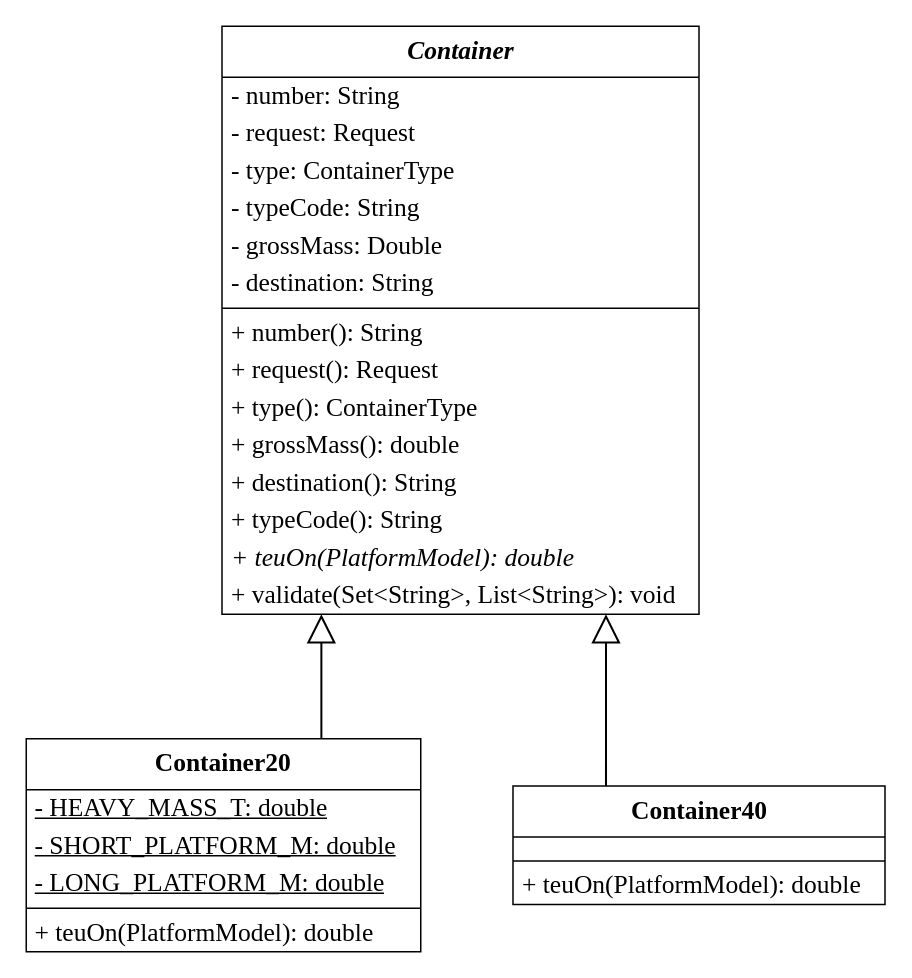
This is page "Иерархия контейнеров" (2 of 3) of models/classes.drawio from Wo0zZ1/container-load-planning, a draw.io file, before an edit. Source tidied: cells renumbered, new cells numbered last; positions are measured from the earlier drawing's top-left corner, leaving out a move shared by most shapes. Both pictures are drawn from the tidied source at 150%, with x=0, y=0 at pixel (26, 26).
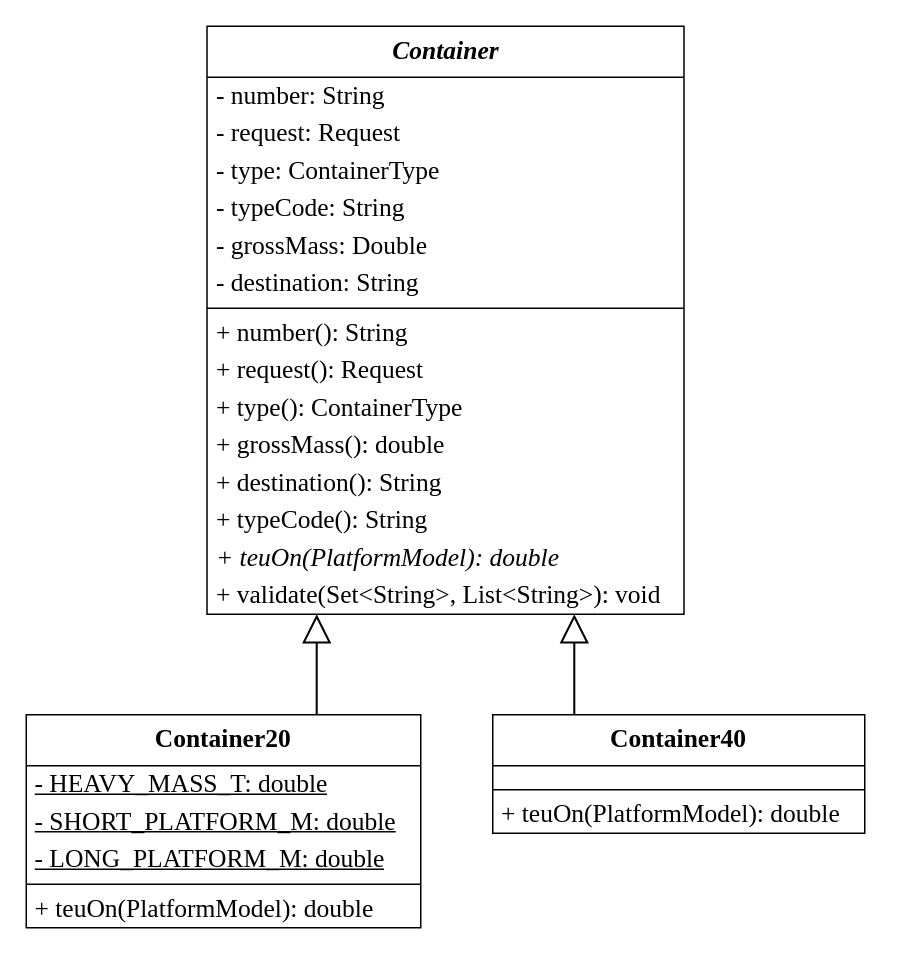
The same diagram, later.

What changed in the source:
```diff
@@
     <mxCell id="2" value="Container20" style="swimlane;fontStyle=1;align=center;verticalAlign=middle;spacing=0;horizontal=1;whiteSpace=wrap;html=1;fillColor=#ffffff;swimlaneFillColor=#ffffff;strokeColor=#000000;swimlaneLine=1;spacingTop=0;fontFamily=Times New Roman;startSize=34;fontSize=17;" parent="1" vertex="1">
-      <mxGeometry y="475" width="263" height="142" as="geometry" />
+      <mxGeometry y="459" width="263" height="142" as="geometry" />
     </mxCell>
@@
     <mxCell id="8" value="Container40" style="swimlane;fontStyle=1;align=center;verticalAlign=middle;spacing=0;horizontal=1;whiteSpace=wrap;html=1;fillColor=#ffffff;swimlaneFillColor=#ffffff;strokeColor=#000000;swimlaneLine=1;spacingTop=0;fontFamily=Times New Roman;startSize=34;fontSize=17;" parent="1" vertex="1">
-      <mxGeometry x="324.5" y="506.5" width="248" height="79" as="geometry" />
+      <mxGeometry x="311" y="459" width="248" height="79" as="geometry" />
     </mxCell>
@@
     <mxCell id="12" value="&lt;i&gt;Container&lt;/i&gt;" style="swimlane;fontStyle=1;align=center;verticalAlign=middle;spacing=0;horizontal=1;whiteSpace=wrap;html=1;fillColor=#ffffff;swimlaneFillColor=#ffffff;strokeColor=#000000;swimlaneLine=1;spacingTop=0;fontFamily=Times New Roman;startSize=34;fontSize=17;" parent="1" vertex="1">
-      <mxGeometry x="130.5" width="318" height="392" as="geometry" />
+      <mxGeometry x="120.5" width="318" height="392" as="geometry" />
     </mxCell>
@@
-    <mxCell id="28" style="fontFamily=Times New Roman;strokeColor=#000000;fontColor=#000000;html=1;edgeStyle=segmentEdgeStyle;rounded=0;strokeWidth=1.35;endArrow=block;endFill=0;endSize=16;exitX=0.7481;exitY=0.0000;entryX=0.2083;entryY=1.0000;" parent="1" edge="1" source="2" target="12">
+    <mxCell id="28" style="fontFamily=Times New Roman;strokeColor=#000000;fontColor=#000000;html=1;edgeStyle=orthogonalEdgeStyle;rounded=0;strokeWidth=1.35;endArrow=block;endFill=0;endSize=16;jettySize=auto;jumpStyle=arc;jumpSize=8;exitX=0.736274;exitY=0.000000;entryX=0.230000;entryY=1.000000;" parent="1" edge="1" source="2" target="12">
       <mxGeometry relative="1" as="geometry" />
     </mxCell>
-    <mxCell id="29" style="fontFamily=Times New Roman;strokeColor=#000000;fontColor=#000000;html=1;edgeStyle=segmentEdgeStyle;rounded=0;strokeWidth=1.35;endArrow=block;endFill=0;endSize=16;exitX=0.2500;exitY=0.0000;entryX=0.8050;entryY=1.0000;" parent="1" edge="1" source="8" target="12">
+    <mxCell id="29" style="fontFamily=Times New Roman;strokeColor=#000000;fontColor=#000000;html=1;edgeStyle=orthogonalEdgeStyle;rounded=0;strokeWidth=1.35;endArrow=block;endFill=0;endSize=16;jettySize=auto;jumpStyle=arc;jumpSize=8;exitX=0.219194;exitY=0.000000;entryX=0.770000;entryY=1.000000;" parent="1" edge="1" source="8" target="12">
       <mxGeometry relative="1" as="geometry" />
     </mxCell>
```
